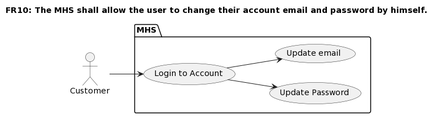
notkaramel/ECSE321-Mar1HotelSystem keeps this PlantUML diagram as documentation/UMLDiagrams/FR10.png. Above is the earlier version. The source it was exported from:
```plantuml
@startuml
title FR10: The MHS shall allow the user to change their account email and password by himself.
left to right direction
:Customer: as c

package MHS {
    (Login to Account)
    (Update Password)
    (Update email)
}

c --> (Login to Account)
(Login to Account) --> (Update Password)
(Login to Account) --> (Update email)
@enduml
```
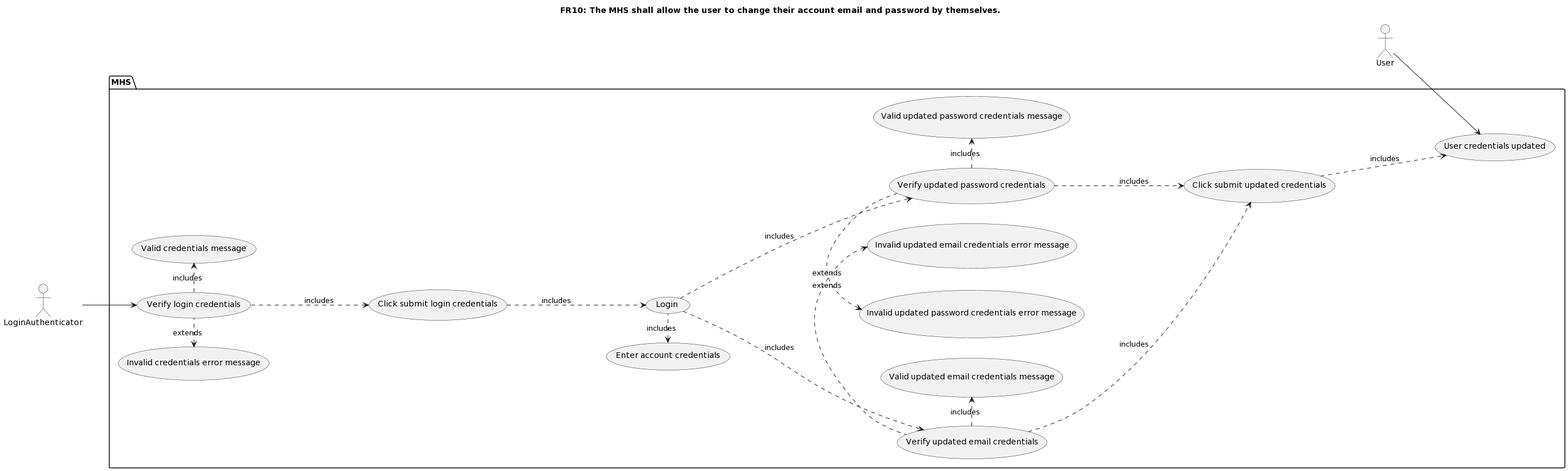
The same file after the commit.

Change to the diagram source:
```diff
@@ -1,15 +1,42 @@
 @startuml
-title FR10: The MHS shall allow the user to change their account email and password by himself.
+title FR10: The MHS shall allow the user to change their account email and password by themselves.
 left to right direction
-:Customer: as c
+:LoginAuthenticator: as a
+:User: as u
 
 package MHS {
-    (Login to Account)
-    (Update Password)
-    (Update email)
+    (Verify login credentials)
+    (Login)
+    (Enter account credentials)
+    (Verify login credentials)
+    (Invalid credentials error message)
+    (Valid credentials message)
+    (Verify updated email credentials)
+    (Verify updated password credentials)
+    (Click submit login credentials)
+    (Click submit updated credentials)
+    (Invalid updated email credentials error message)
+    (Valid updated email credentials message)
+    (Invalid updated password credentials error message)
+    (Valid updated password credentials message)
+    (User credentials updated)
+
 }
 
-c --> (Login to Account)
-(Login to Account) --> (Update Password)
-(Login to Account) --> (Update email)
+a --> (Verify login credentials)
+(Verify login credentials) -left.-> (Invalid credentials error message): extends
+(Verify login credentials) -right.-> (Valid credentials message): includes
+(Verify login credentials) -.-> (Click submit login credentials): includes
+(Click submit login credentials) -.-> (Login): includes
+(Login) -left.-> (Enter account credentials): includes
+(Login) -.-> (Verify updated email credentials): includes
+(Login) -.-> (Verify updated password credentials): includes
+(Verify updated email credentials) -left.-> (Invalid updated email credentials error message): extends
+(Verify updated email credentials) -right.-> (Valid updated email credentials message): includes
+(Verify updated email credentials) -.-> (Click submit updated credentials): includes
+(Verify updated password credentials) -left.-> (Invalid updated password credentials error message): extends
+(Verify updated password credentials) -right.-> (Valid updated password credentials message): includes
+(Verify updated password credentials) -.-> (Click submit updated credentials): includes
+(Click submit updated credentials) -.-> (User credentials updated): includes
+u --> (User credentials updated)
 @enduml
```
